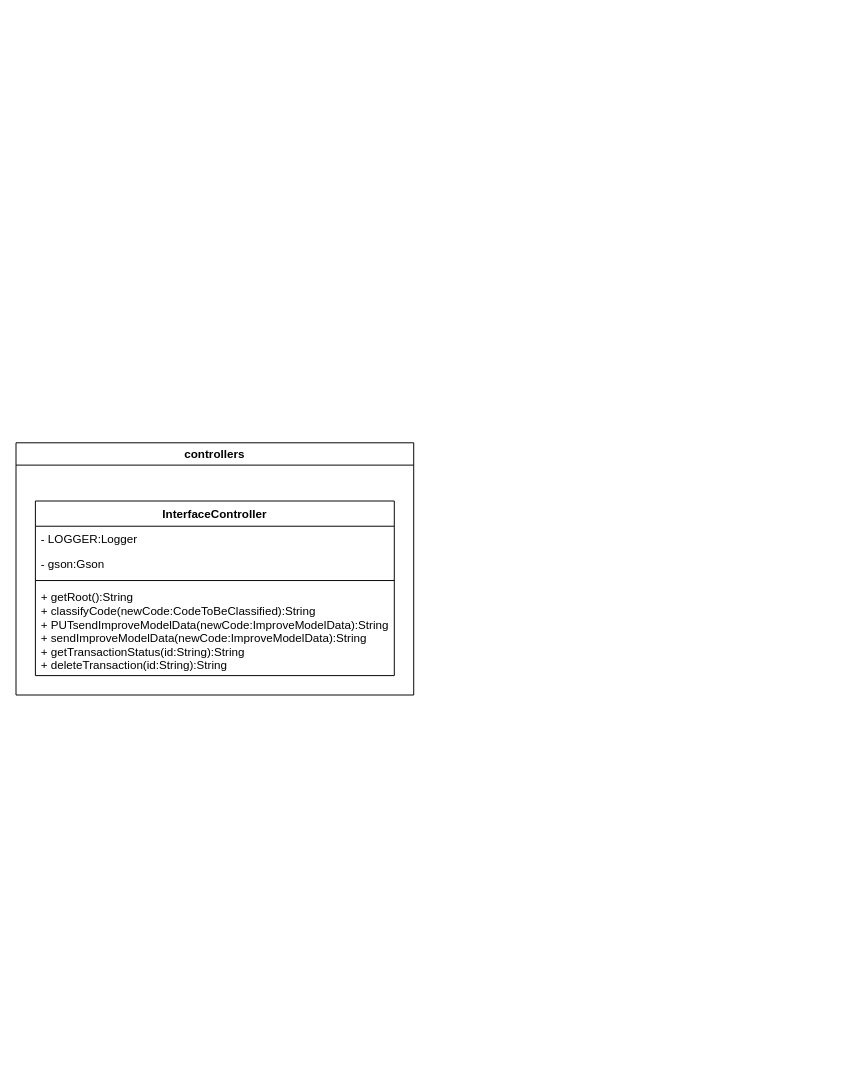
The draw.io diagram docs/RESTinterfaceUML.drawio in josura/Error-classification-ISD, before the edit. Source tidied: cells renumbered, new cells numbered last; positions are measured from the earlier drawing's top-left corner, leaving out a move shared by most shapes. Both pictures are drawn from the tidied source at 97%, with x=0, y=0 at pixel (16, 442).
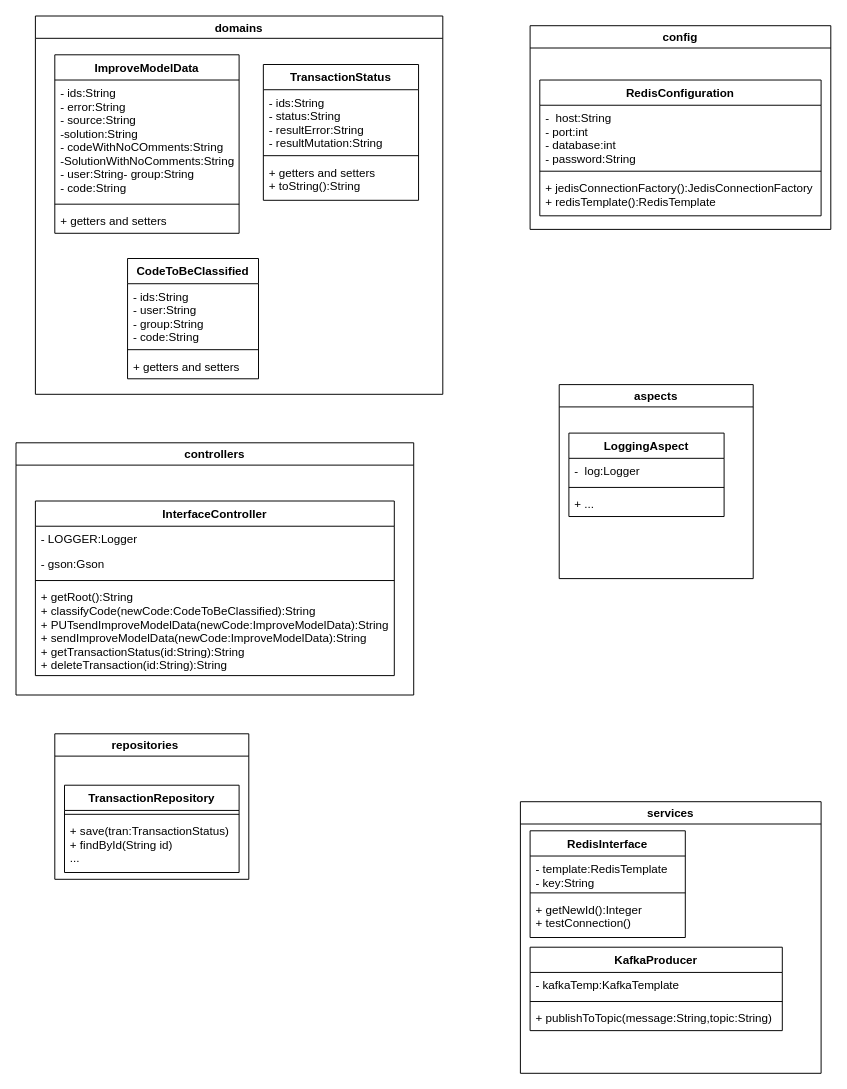
After the change.

What changed in the source:
```diff
@@
+    <mxCell id="8" value="services" style="swimlane;" parent="1" vertex="1">
+      <mxGeometry x="520" y="370" width="310" height="280" as="geometry" />
+    </mxCell>
+    <mxCell id="9" value="RedisInterface" style="swimlane;fontStyle=1;align=center;verticalAlign=top;horizontal=1;startSize=26;" parent="8" vertex="1">
+      <mxGeometry x="10" y="30" width="160" height="110" as="geometry" />
+    </mxCell>
+    <mxCell id="10" value="- template:RedisTemplate&#10;- key:String&#10;" style="text;strokeColor=none;fillColor=none;align=left;verticalAlign=top;spacingLeft=4;spacingRight=4;overflow=hidden;" parent="9" vertex="1">
+      <mxGeometry y="26" width="160" height="34" as="geometry" />
+    </mxCell>
+    <mxCell id="11" style="line;strokeWidth=1;fillColor=none;align=left;verticalAlign=middle;spacingTop=-1;spacingLeft=3;spacingRight=3;labelPosition=right;" parent="9" vertex="1">
+      <mxGeometry y="60" width="160" height="8" as="geometry" />
+    </mxCell>
+    <mxCell id="12" value="+ getNewId():Integer&#10;+ testConnection()&#10;" style="text;strokeColor=none;fillColor=none;align=left;verticalAlign=top;spacingLeft=4;spacingRight=4;overflow=hidden;" parent="9" vertex="1">
+      <mxGeometry y="68" width="160" height="42" as="geometry" />
+    </mxCell>
+    <mxCell id="13" value="KafkaProducer" style="swimlane;fontStyle=1;align=center;verticalAlign=top;horizontal=1;startSize=26;" parent="8" vertex="1">
+      <mxGeometry x="10" y="150" width="260" height="86" as="geometry" />
+    </mxCell>
+    <mxCell id="14" value="- kafkaTemp:KafkaTemplate" style="text;strokeColor=none;fillColor=none;align=left;verticalAlign=top;spacingLeft=4;spacingRight=4;overflow=hidden;" parent="13" vertex="1">
+      <mxGeometry y="26" width="260" height="26" as="geometry" />
+    </mxCell>
+    <mxCell id="15" style="line;strokeWidth=1;fillColor=none;align=left;verticalAlign=middle;spacingTop=-1;spacingLeft=3;spacingRight=3;labelPosition=right;" parent="13" vertex="1">
+      <mxGeometry y="52" width="260" height="8" as="geometry" />
+    </mxCell>
+    <mxCell id="16" value="+ publishToTopic(message:String,topic:String)" style="text;strokeColor=none;fillColor=none;align=left;verticalAlign=top;spacingLeft=4;spacingRight=4;overflow=hidden;" parent="13" vertex="1">
+      <mxGeometry y="60" width="260" height="26" as="geometry" />
+    </mxCell>
+    <mxCell id="17" value="repositories    " style="swimlane;" parent="1" vertex="1">
+      <mxGeometry x="40" y="300" width="200" height="150" as="geometry" />
+    </mxCell>
+    <mxCell id="18" value="TransactionRepository" style="swimlane;fontStyle=1;align=center;verticalAlign=top;horizontal=1;startSize=26;" parent="17" vertex="1">
+      <mxGeometry x="10" y="53" width="180" height="90" as="geometry" />
+    </mxCell>
+    <mxCell id="19" style="line;strokeWidth=1;fillColor=none;align=left;verticalAlign=middle;spacingTop=-1;spacingLeft=3;spacingRight=3;labelPosition=right;" parent="18" vertex="1">
+      <mxGeometry y="26" width="180" height="8" as="geometry" />
+    </mxCell>
+    <mxCell id="20" value="+ save(tran:TransactionStatus)&#10;+ findById(String id)&#10;..." style="text;strokeColor=none;fillColor=none;align=left;verticalAlign=top;spacingLeft=4;spacingRight=4;overflow=hidden;" parent="18" vertex="1">
+      <mxGeometry y="34" width="180" height="56" as="geometry" />
+    </mxCell>
+    <mxCell id="21" value="aspects" style="swimlane;" parent="1" vertex="1">
+      <mxGeometry x="560" y="-60" width="200" height="200" as="geometry" />
+    </mxCell>
+    <mxCell id="22" value="LoggingAspect" style="swimlane;fontStyle=1;align=center;verticalAlign=top;horizontal=1;startSize=26;" parent="21" vertex="1">
+      <mxGeometry x="10" y="50" width="160" height="86" as="geometry" />
+    </mxCell>
+    <mxCell id="23" value="-  log:Logger" style="text;strokeColor=none;fillColor=none;align=left;verticalAlign=top;spacingLeft=4;spacingRight=4;overflow=hidden;" parent="22" vertex="1">
+      <mxGeometry y="26" width="160" height="26" as="geometry" />
+    </mxCell>
+    <mxCell id="24" style="line;strokeWidth=1;fillColor=none;align=left;verticalAlign=middle;spacingTop=-1;spacingLeft=3;spacingRight=3;labelPosition=right;" parent="22" vertex="1">
+      <mxGeometry y="52" width="160" height="8" as="geometry" />
+    </mxCell>
+    <mxCell id="25" value="+ ..." style="text;strokeColor=none;fillColor=none;align=left;verticalAlign=top;spacingLeft=4;spacingRight=4;overflow=hidden;" parent="22" vertex="1">
+      <mxGeometry y="60" width="160" height="26" as="geometry" />
+    </mxCell>
+    <mxCell id="26" value="config" style="swimlane;" parent="1" vertex="1">
+      <mxGeometry x="530" y="-430" width="310" height="210" as="geometry" />
+    </mxCell>
+    <mxCell id="27" value="RedisConfiguration" style="swimlane;fontStyle=1;align=center;verticalAlign=top;horizontal=1;startSize=26;" parent="26" vertex="1">
+      <mxGeometry x="10" y="56" width="290" height="140" as="geometry" />
+    </mxCell>
+    <mxCell id="28" value="-  host:String&#10;- port:int&#10;- database:int&#10;- password:String&#10;" style="text;strokeColor=none;fillColor=none;align=left;verticalAlign=top;spacingLeft=4;spacingRight=4;overflow=hidden;" parent="27" vertex="1">
+      <mxGeometry y="26" width="290" height="64" as="geometry" />
+    </mxCell>
+    <mxCell id="29" style="line;strokeWidth=1;fillColor=none;align=left;verticalAlign=middle;spacingTop=-1;spacingLeft=3;spacingRight=3;labelPosition=right;" parent="27" vertex="1">
+      <mxGeometry y="90" width="290" height="8" as="geometry" />
+    </mxCell>
+    <mxCell id="30" value="+ jedisConnectionFactory():JedisConnectionFactory&#10;+ redisTemplate():RedisTemplate&#10;" style="text;strokeColor=none;fillColor=none;align=left;verticalAlign=top;spacingLeft=4;spacingRight=4;overflow=hidden;" parent="27" vertex="1">
+      <mxGeometry y="98" width="290" height="42" as="geometry" />
+    </mxCell>
+    <mxCell id="31" value="domains" style="swimlane;" parent="1" vertex="1">
+      <mxGeometry x="20" y="-440" width="420" height="390" as="geometry" />
+    </mxCell>
+    <mxCell id="32" value="ImproveModelData" style="swimlane;fontStyle=1;align=center;verticalAlign=top;horizontal=1;startSize=26;" parent="31" vertex="1">
+      <mxGeometry x="20" y="40" width="190" height="184" as="geometry" />
+    </mxCell>
+    <mxCell id="33" value="- ids:String&#10;- error:String&#10;- source:String&#10;-solution:String&#10;- codeWithNoCOmments:String&#10;-SolutionWithNoComments:String&#10;- user:String- group:String&#10;- code:String&#10;" style="text;strokeColor=none;fillColor=none;align=left;verticalAlign=top;spacingLeft=4;spacingRight=4;overflow=hidden;" parent="32" vertex="1">
+      <mxGeometry y="26" width="190" height="124" as="geometry" />
+    </mxCell>
+    <mxCell id="34" style="line;strokeWidth=1;fillColor=none;align=left;verticalAlign=middle;spacingTop=-1;spacingLeft=3;spacingRight=3;labelPosition=right;" parent="32" vertex="1">
+      <mxGeometry y="150" width="190" height="8" as="geometry" />
+    </mxCell>
+    <mxCell id="35" value="+ getters and setters" style="text;strokeColor=none;fillColor=none;align=left;verticalAlign=top;spacingLeft=4;spacingRight=4;overflow=hidden;" parent="32" vertex="1">
+      <mxGeometry y="158" width="190" height="26" as="geometry" />
+    </mxCell>
+    <mxCell id="36" value="CodeToBeClassified" style="swimlane;fontStyle=1;align=center;verticalAlign=top;horizontal=1;startSize=26;" parent="31" vertex="1">
+      <mxGeometry x="95" y="250" width="135" height="124" as="geometry" />
+    </mxCell>
+    <mxCell id="37" value="- ids:String&#10;- user:String&#10;- group:String&#10;- code:String&#10;" style="text;strokeColor=none;fillColor=none;align=left;verticalAlign=top;spacingLeft=4;spacingRight=4;overflow=hidden;" parent="36" vertex="1">
+      <mxGeometry y="26" width="135" height="64" as="geometry" />
+    </mxCell>
+    <mxCell id="38" style="line;strokeWidth=1;fillColor=none;align=left;verticalAlign=middle;spacingTop=-1;spacingLeft=3;spacingRight=3;labelPosition=right;" parent="36" vertex="1">
+      <mxGeometry y="90" width="135" height="8" as="geometry" />
+    </mxCell>
+    <mxCell id="39" value="+ getters and setters" style="text;strokeColor=none;fillColor=none;align=left;verticalAlign=top;spacingLeft=4;spacingRight=4;overflow=hidden;" parent="36" vertex="1">
+      <mxGeometry y="98" width="135" height="26" as="geometry" />
+    </mxCell>
+    <mxCell id="40" value="TransactionStatus" style="swimlane;fontStyle=1;align=center;verticalAlign=top;horizontal=1;startSize=26;" parent="31" vertex="1">
+      <mxGeometry x="235" y="50" width="160" height="140" as="geometry" />
+    </mxCell>
+    <mxCell id="41" value="- ids:String&#10;- status:String&#10;- resultError:String&#10;- resultMutation:String&#10;" style="text;strokeColor=none;fillColor=none;align=left;verticalAlign=top;spacingLeft=4;spacingRight=4;overflow=hidden;" parent="40" vertex="1">
+      <mxGeometry y="26" width="160" height="64" as="geometry" />
+    </mxCell>
+    <mxCell id="42" style="line;strokeWidth=1;fillColor=none;align=left;verticalAlign=middle;spacingTop=-1;spacingLeft=3;spacingRight=3;labelPosition=right;" parent="40" vertex="1">
+      <mxGeometry y="90" width="160" height="8" as="geometry" />
+    </mxCell>
+    <mxCell id="43" value="+ getters and setters&#10;+ toString():String&#10;" style="text;strokeColor=none;fillColor=none;align=left;verticalAlign=top;spacingLeft=4;spacingRight=4;overflow=hidden;" parent="40" vertex="1">
+      <mxGeometry y="98" width="160" height="42" as="geometry" />
+    </mxCell>
```
